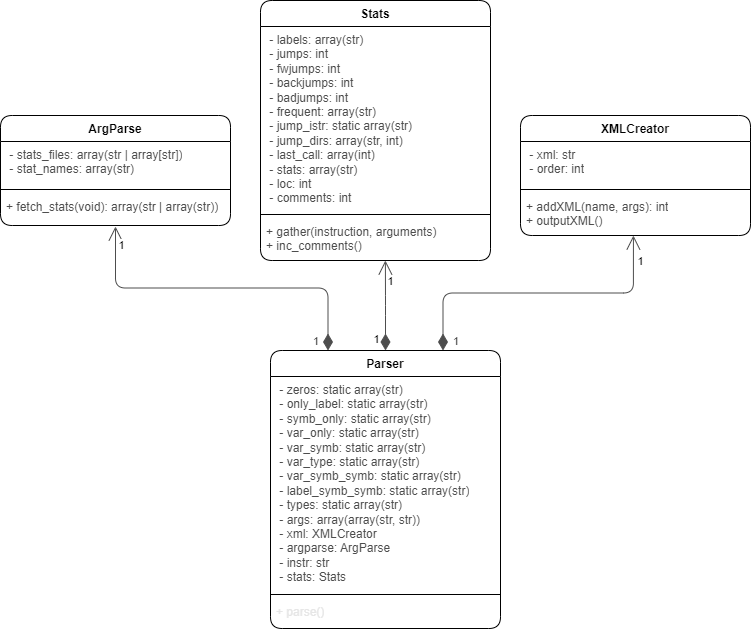
Before: IPP1_UML.drawio.png, a diagram exported from draw.io (jkalend/VUT-IPP). Source tidied: cells renumbered, new cells last; positions are measured from the earlier drawing's top-left corner, leaving out a move shared by most shapes.
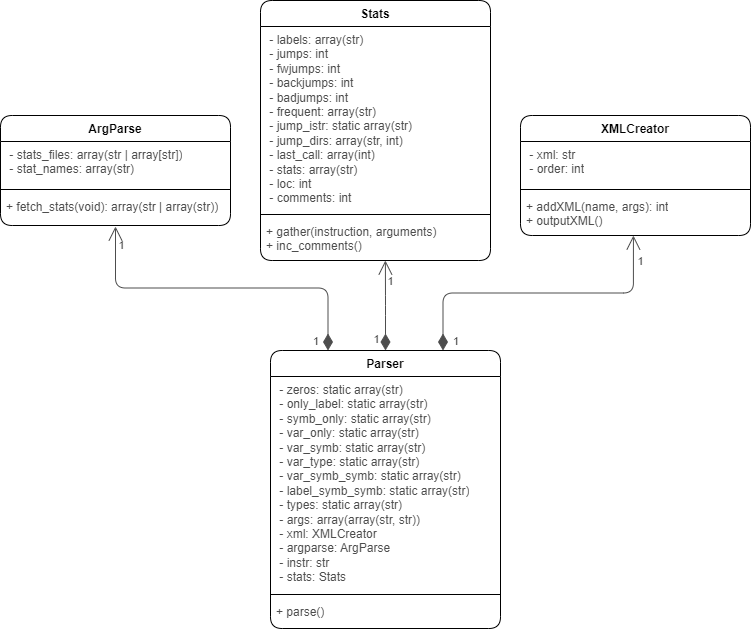
Later version of the same file.

Change to the diagram source:
```diff
@@ -47,38 +47,38 @@
     <mxCell id="16" style="line;strokeWidth=1;fillColor=none;align=left;verticalAlign=middle;spacingTop=-1;spacingLeft=3;spacingRight=3;labelPosition=right;strokeColor=inherit;rounded=1;" parent="14" vertex="1">
       <mxGeometry y="240" width="230" height="8" as="geometry" />
     </mxCell>
-    <mxCell id="17" value="+ parse()" style="text;strokeColor=none;fillColor=none;align=left;verticalAlign=top;spacingLeft=4;spacingRight=4;overflow=hidden;whiteSpace=wrap;html=1;fontColor=#E6E6E6;rounded=1;" parent="14" vertex="1">
+    <mxCell id="17" value="+ parse()" style="text;strokeColor=none;fillColor=none;align=left;verticalAlign=top;spacingLeft=4;spacingRight=4;overflow=hidden;whiteSpace=wrap;html=1;fontColor=#4D4D4D;rounded=1;" parent="14" vertex="1">
       <mxGeometry y="248" width="230" height="30" as="geometry" />
     </mxCell>
     <mxCell id="18" style="endArrow=open;html=1;endSize=12;startArrow=diamondThin;startSize=14;startFill=1;edgeStyle=orthogonalEdgeStyle;align=left;verticalAlign=bottom;rounded=1;exitX=0.5;exitY=0;exitDx=0;exitDy=0;entryX=0.543;entryY=1;entryDx=0;entryDy=0;entryPerimeter=0;fontColor=#4D4D4D;strokeColor=#4D4D4D;" parent="1" edge="1" source="14" target="13">
       <mxGeometry x="-0.78" y="25" relative="1" as="geometry" />
     </mxCell>
-    <mxCell id="19" value="1" style="edgeLabel;html=1;align=center;verticalAlign=middle;rounded=1;" parent="18" vertex="1">
+    <mxCell id="19" value="1" style="edgeLabel;html=1;align=center;verticalAlign=middle;rounded=1;labelBackgroundColor=none;fontColor=#4D4D4D;" parent="18" vertex="1">
       <mxGeometry x="-0.73" y="1" relative="1" as="geometry">
         <mxPoint x="-9" as="offset" />
       </mxGeometry>
     </mxCell>
-    <mxCell id="20" value="1" style="edgeLabel;html=1;align=center;verticalAlign=middle;rounded=1;" parent="18" vertex="1">
+    <mxCell id="20" value="1" style="edgeLabel;html=1;align=center;verticalAlign=middle;rounded=1;labelBackgroundColor=none;fontColor=#4D4D4D;" parent="18" vertex="1">
       <mxGeometry x="0.73" y="-1" relative="1" as="geometry">
         <mxPoint x="4" y="8" as="offset" />
       </mxGeometry>
     </mxCell>
-    <mxCell id="21" value="1" style="endArrow=open;html=1;endSize=12;startArrow=diamondThin;startSize=14;startFill=1;edgeStyle=orthogonalEdgeStyle;align=left;verticalAlign=bottom;rounded=1;exitX=0.75;exitY=0;exitDx=0;exitDy=0;entryX=0.491;entryY=1;entryDx=0;entryDy=0;entryPerimeter=0;fontColor=#4D4D4D;strokeColor=#4D4D4D;" parent="1" edge="1" source="14" target="9">
+    <mxCell id="21" value="1" style="endArrow=open;html=1;endSize=12;startArrow=diamondThin;startSize=14;startFill=1;edgeStyle=orthogonalEdgeStyle;align=left;verticalAlign=bottom;rounded=1;exitX=0.75;exitY=0;exitDx=0;exitDy=0;entryX=0.491;entryY=1;entryDx=0;entryDy=0;entryPerimeter=0;fontColor=#4D4D4D;strokeColor=#4D4D4D;labelBackgroundColor=none;" parent="1" edge="1" source="14" target="9">
       <mxGeometry x="-1" y="-7" relative="1" as="geometry">
         <mxPoint x="1" as="offset" />
       </mxGeometry>
     </mxCell>
-    <mxCell id="22" value="1" style="edgeLabel;html=1;align=center;verticalAlign=middle;rounded=1;" parent="21" vertex="1">
+    <mxCell id="22" value="1" style="edgeLabel;html=1;align=center;verticalAlign=middle;rounded=1;labelBackgroundColor=none;fontColor=#4D4D4D;" parent="21" vertex="1">
       <mxGeometry x="0.91" y="-1" relative="1" as="geometry">
         <mxPoint x="6" y="11" as="offset" />
       </mxGeometry>
     </mxCell>
-    <mxCell id="23" value="1" style="endArrow=open;html=1;endSize=12;startArrow=diamondThin;startSize=14;startFill=1;edgeStyle=orthogonalEdgeStyle;align=left;verticalAlign=bottom;rounded=1;exitX=0.25;exitY=0;exitDx=0;exitDy=0;entryX=0.5;entryY=1.031;entryDx=0;entryDy=0;entryPerimeter=0;fontColor=#4D4D4D;strokeColor=#4D4D4D;" parent="1" edge="1" source="14" target="5">
+    <mxCell id="23" value="1" style="endArrow=open;html=1;endSize=12;startArrow=diamondThin;startSize=14;startFill=1;edgeStyle=orthogonalEdgeStyle;align=left;verticalAlign=bottom;rounded=1;exitX=0.25;exitY=0;exitDx=0;exitDy=0;entryX=0.5;entryY=1.031;entryDx=0;entryDy=0;entryPerimeter=0;fontColor=#4D4D4D;strokeColor=#4D4D4D;labelBackgroundColor=none;" parent="1" edge="1" source="14" target="5">
       <mxGeometry x="-1" y="18" relative="1" as="geometry">
         <mxPoint x="1" as="offset" />
       </mxGeometry>
     </mxCell>
-    <mxCell id="24" value="1" style="edgeLabel;html=1;align=center;verticalAlign=middle;rounded=1;" parent="23" vertex="1">
+    <mxCell id="24" value="1" style="edgeLabel;html=1;align=center;verticalAlign=middle;rounded=1;labelBackgroundColor=none;fontColor=#4D4D4D;" parent="23" vertex="1">
       <mxGeometry x="0.89" y="-2" relative="1" as="geometry">
         <mxPoint x="3" y="1" as="offset" />
       </mxGeometry>
```
